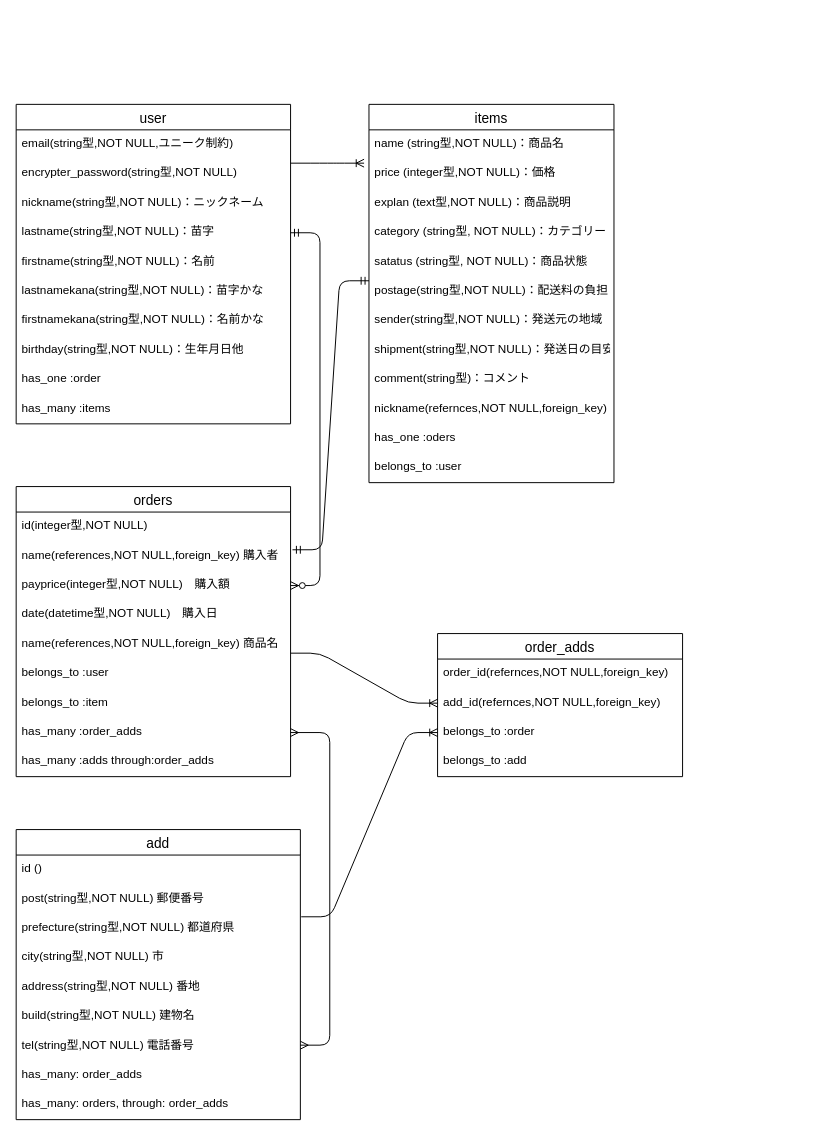
bitich/furima-39113 keeps this draw.io diagram as ER.dio. Above is the earlier version. Source tidied: cells renumbered, new cells numbered last; positions are measured from the earlier drawing's top-left corner, leaving out a move shared by most shapes. Both pictures are drawn from the tidied source at 98%, with x=0, y=0 at pixel (16, 104).
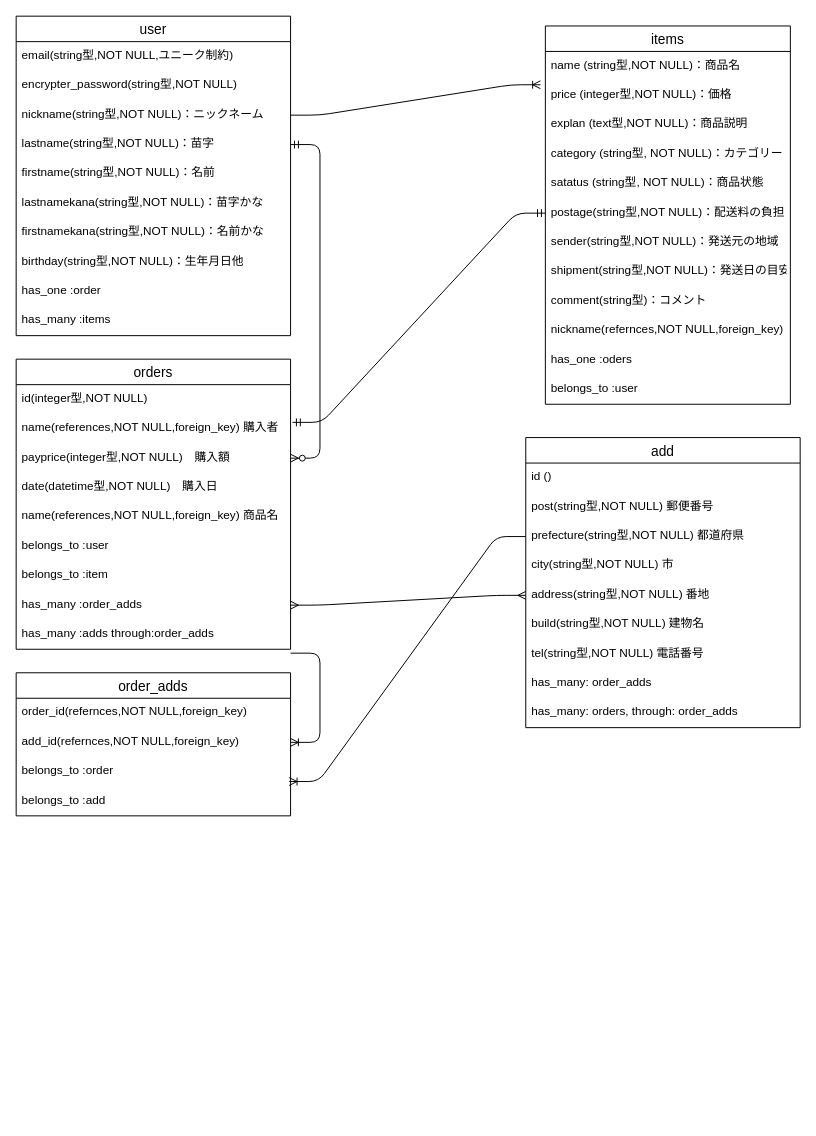
Above is the later version.

Unchanged cells that the change refers to:
```xml
<mxCell id="5" value="nickname(string型,NOT NULL)：ニックネーム" style="text;strokeColor=none;fillColor=none;spacingLeft=4;spacingRight=4;overflow=hidden;points=[[0,0.5],[1,0.5]];portConstraint=eastwest;fontSize=12;" parent="2" vertex="1">
  <mxGeometry y="86" width="280" height="30" as="geometry" />
</mxCell>
<mxCell id="15" value="price (integer型,NOT NULL)：価格" style="text;strokeColor=none;fillColor=none;spacingLeft=4;spacingRight=4;overflow=hidden;points=[[0,0.5],[1,0.5]];portConstraint=eastwest;fontSize=12;" parent="13" vertex="1">
  <mxGeometry y="56" width="250" height="30" as="geometry" />
</mxCell>
<mxCell id="19" value="postage(string型,NOT NULL)：配送料の負担" style="text;strokeColor=none;fillColor=none;spacingLeft=4;spacingRight=4;overflow=hidden;points=[[0,0.5],[1,0.5]];portConstraint=eastwest;fontSize=12;rounded=1;" parent="13" vertex="1">
  <mxGeometry y="176" width="250" height="30" as="geometry" />
</mxCell>
<mxCell id="28" value="name(references,NOT NULL,foreign_key) 購入者" style="text;strokeColor=none;fillColor=none;spacingLeft=4;spacingRight=4;overflow=hidden;points=[[0,0.5],[1,0.5]];portConstraint=eastwest;fontSize=12;" parent="26" vertex="1">
  <mxGeometry y="56" width="280" height="30" as="geometry" />
</mxCell>
<mxCell id="34" value="has_many :order_adds" style="text;strokeColor=none;fillColor=none;spacingLeft=4;spacingRight=4;overflow=hidden;points=[[0,0.5],[1,0.5]];portConstraint=eastwest;fontSize=12;" parent="26" vertex="1">
  <mxGeometry y="236" width="280" height="30" as="geometry" />
</mxCell>
```

What changed in the source:
```diff
@@
     <mxCell id="2" value="user" style="swimlane;fontStyle=0;horizontal=1;startSize=26;align=center;fontSize=14;" parent="1" vertex="1">
-      <mxGeometry width="280" height="326" as="geometry" />
+      <mxGeometry y="-90" width="280" height="326" as="geometry" />
     </mxCell>
@@
     <mxCell id="13" value="items" style="swimlane;fontStyle=0;horizontal=1;startSize=26;align=center;fontSize=14;" parent="1" vertex="1">
-      <mxGeometry x="360" width="250" height="386" as="geometry" />
+      <mxGeometry x="540" y="-80" width="250" height="386" as="geometry" />
     </mxCell>
@@
     <mxCell id="26" value="orders" style="swimlane;fontStyle=0;horizontal=1;startSize=26;align=center;fontSize=14;" parent="1" vertex="1">
-      <mxGeometry y="390" width="280" height="296" as="geometry" />
+      <mxGeometry y="260" width="280" height="296" as="geometry" />
     </mxCell>
@@
     <mxCell id="37" value="add" style="swimlane;fontStyle=0;horizontal=1;startSize=26;align=center;fontSize=14;" parent="1" vertex="1">
-      <mxGeometry y="740" width="290" height="296" as="geometry" />
+      <mxGeometry x="520" y="340" width="280" height="296" as="geometry" />
     </mxCell>
     <mxCell id="38" value="id ()" style="text;strokeColor=none;fillColor=none;spacingLeft=4;spacingRight=4;overflow=hidden;fontSize=12;" parent="37" vertex="1">
-      <mxGeometry y="26" width="290" height="30" as="geometry" />
+      <mxGeometry y="26" width="280" height="30" as="geometry" />
     </mxCell>
     <mxCell id="39" value="post(string型,NOT NULL) 郵便番号" style="text;strokeColor=none;fillColor=none;spacingLeft=4;spacingRight=4;overflow=hidden;fontSize=12;fontStyle=0;" parent="37" vertex="1">
-      <mxGeometry y="56" width="290" height="30" as="geometry" />
+      <mxGeometry y="56" width="280" height="30" as="geometry" />
     </mxCell>
     <mxCell id="40" value="prefecture(string型,NOT NULL) 都道府県" style="text;strokeColor=none;fillColor=none;spacingLeft=4;spacingRight=4;overflow=hidden;points=[[0,0.5],[1,0.5]];portConstraint=eastwest;fontSize=12;" parent="37" vertex="1">
-      <mxGeometry y="86" width="290" height="30" as="geometry" />
+      <mxGeometry y="86" width="280" height="30" as="geometry" />
     </mxCell>
     <mxCell id="41" value="city(string型,NOT NULL) 市" style="text;strokeColor=none;fillColor=none;spacingLeft=4;spacingRight=4;overflow=hidden;fontSize=12;" parent="37" vertex="1">
-      <mxGeometry y="116" width="290" height="30" as="geometry" />
+      <mxGeometry y="116" width="280" height="30" as="geometry" />
     </mxCell>
     <mxCell id="42" value="address(string型,NOT NULL) 番地" style="text;strokeColor=none;fillColor=none;spacingLeft=4;spacingRight=4;overflow=hidden;points=[[0,0.5],[1,0.5]];portConstraint=eastwest;fontSize=12;rounded=1;" parent="37" vertex="1">
-      <mxGeometry y="146" width="290" height="30" as="geometry" />
+      <mxGeometry y="146" width="280" height="30" as="geometry" />
     </mxCell>
     <mxCell id="43" value="build(string型,NOT NULL) 建物名" style="text;strokeColor=none;fillColor=none;spacingLeft=4;spacingRight=4;overflow=hidden;fontSize=12;rounded=1;" parent="37" vertex="1">
-      <mxGeometry y="176" width="290" height="30" as="geometry" />
+      <mxGeometry y="176" width="280" height="30" as="geometry" />
     </mxCell>
     <mxCell id="44" value="tel(string型,NOT NULL) 電話番号" style="text;strokeColor=none;fillColor=none;spacingLeft=4;spacingRight=4;overflow=hidden;fontSize=12;rounded=1;" parent="37" vertex="1">
-      <mxGeometry y="206" width="290" height="30" as="geometry" />
+      <mxGeometry y="206" width="280" height="30" as="geometry" />
     </mxCell>
     <mxCell id="45" value="has_many: order_adds" style="text;strokeColor=none;fillColor=none;spacingLeft=4;spacingRight=4;overflow=hidden;fontSize=12;" parent="37" vertex="1">
-      <mxGeometry y="236" width="290" height="30" as="geometry" />
+      <mxGeometry y="236" width="280" height="30" as="geometry" />
     </mxCell>
     <mxCell id="46" value="has_many: orders, through: order_adds" style="text;strokeColor=none;fillColor=none;spacingLeft=4;spacingRight=4;overflow=hidden;fontSize=12;" parent="37" vertex="1">
-      <mxGeometry y="266" width="290" height="30" as="geometry" />
+      <mxGeometry y="266" width="280" height="30" as="geometry" />
     </mxCell>
-    <mxCell id="47" style="edgeStyle=entityRelationEdgeStyle;fontSize=12;html=1;endArrow=ERoneToMany;entryX=-0.02;entryY=0.133;entryDx=0;entryDy=0;entryPerimeter=0;" parent="1" edge="1" target="15">
-      <mxGeometry relative="1" as="geometry">
-        <mxPoint x="280" y="60" as="sourcePoint" />
-      </mxGeometry>
+    <mxCell id="47" style="edgeStyle=entityRelationEdgeStyle;fontSize=12;html=1;endArrow=ERoneToMany;entryX=-0.02;entryY=0.133;entryDx=0;entryDy=0;entryPerimeter=0;exitX=1;exitY=0.5;exitDx=0;exitDy=0;" parent="1" edge="1" source="5" target="15">
+      <mxGeometry relative="1" as="geometry" />
     </mxCell>
-    <mxCell id="48" style="edgeStyle=entityRelationEdgeStyle;fontSize=12;html=1;endArrow=ERmandOne;startArrow=ERmandOne;exitX=1.007;exitY=0.283;exitDx=0;exitDy=0;exitPerimeter=0;" parent="1" edge="1" source="28">
-      <mxGeometry relative="1" as="geometry">
-        <mxPoint x="360" y="180" as="targetPoint" />
-      </mxGeometry>
+    <mxCell id="48" style="edgeStyle=entityRelationEdgeStyle;fontSize=12;html=1;endArrow=ERmandOne;startArrow=ERmandOne;exitX=1.007;exitY=0.283;exitDx=0;exitDy=0;exitPerimeter=0;entryX=0;entryY=0.5;entryDx=0;entryDy=0;" parent="1" edge="1" source="28" target="19">
+      <mxGeometry relative="1" as="geometry" />
     </mxCell>
     <mxCell id="49" value="order_adds" style="swimlane;fontStyle=0;horizontal=1;startSize=26;align=center;fontSize=14;" parent="1" vertex="1">
-      <mxGeometry x="430" y="540" width="250" height="146" as="geometry" />
+      <mxGeometry y="580" width="280" height="146" as="geometry" />
     </mxCell>
     <mxCell id="50" value="order_id(refernces,NOT NULL,foreign_key)" style="text;strokeColor=none;fillColor=none;spacingLeft=4;spacingRight=4;overflow=hidden;fontSize=12;" parent="49" vertex="1">
-      <mxGeometry y="26" width="250" height="30" as="geometry" />
+      <mxGeometry y="26" width="280" height="30" as="geometry" />
     </mxCell>
     <mxCell id="51" value="add_id(refernces,NOT NULL,foreign_key)" style="text;strokeColor=none;fillColor=none;spacingLeft=4;spacingRight=4;overflow=hidden;points=[[0,0.5],[1,0.5]];portConstraint=eastwest;fontSize=12;" parent="49" vertex="1">
-      <mxGeometry y="56" width="250" height="30" as="geometry" />
+      <mxGeometry y="56" width="280" height="30" as="geometry" />
     </mxCell>
     <mxCell id="52" value="belongs_to :order" style="text;strokeColor=none;fillColor=none;spacingLeft=4;spacingRight=4;overflow=hidden;points=[[0,0.5],[1,0.5]];portConstraint=eastwest;fontSize=12;" parent="49" vertex="1">
-      <mxGeometry y="86" width="250" height="30" as="geometry" />
+      <mxGeometry y="86" width="280" height="30" as="geometry" />
     </mxCell>
     <mxCell id="53" value="belongs_to :add" style="text;strokeColor=none;fillColor=none;spacingLeft=4;spacingRight=4;overflow=hidden;points=[[0,0.5],[1,0.5]];portConstraint=eastwest;fontSize=12;" parent="49" vertex="1">
-      <mxGeometry y="116" width="250" height="30" as="geometry" />
+      <mxGeometry y="116" width="280" height="30" as="geometry" />
     </mxCell>
-    <mxCell id="54" style="edgeStyle=entityRelationEdgeStyle;fontSize=12;html=1;endArrow=ERoneToMany;entryX=0;entryY=0.5;entryDx=0;entryDy=0;" parent="1" edge="1" target="51">
+    <mxCell id="54" style="edgeStyle=entityRelationEdgeStyle;fontSize=12;html=1;endArrow=ERoneToMany;entryX=1;entryY=0.5;entryDx=0;entryDy=0;" parent="1" edge="1" target="51">
       <mxGeometry relative="1" as="geometry">
         <mxPoint x="280" y="560" as="sourcePoint" />
       </mxGeometry>
     </mxCell>
-    <mxCell id="55" style="edgeStyle=entityRelationEdgeStyle;fontSize=12;html=1;endArrow=ERoneToMany;exitX=1.003;exitY=0.1;exitDx=0;exitDy=0;exitPerimeter=0;entryX=0;entryY=0.5;entryDx=0;entryDy=0;" parent="1" edge="1" source="40" target="52">
+    <mxCell id="55" style="edgeStyle=entityRelationEdgeStyle;fontSize=12;html=1;endArrow=ERoneToMany;exitX=0;exitY=0.5;exitDx=0;exitDy=0;entryX=0.995;entryY=-0.167;entryDx=0;entryDy=0;entryPerimeter=0;" parent="1" edge="1" source="40" target="53">
       <mxGeometry relative="1" as="geometry" />
     </mxCell>
-    <mxCell id="56" style="edgeStyle=entityRelationEdgeStyle;fontSize=12;html=1;endArrow=ERmany;startArrow=ERmany;" parent="1" edge="1" target="34">
-      <mxGeometry relative="1" as="geometry">
-        <mxPoint x="290" y="960" as="sourcePoint" />
-      </mxGeometry>
+    <mxCell id="56" style="edgeStyle=entityRelationEdgeStyle;fontSize=12;html=1;endArrow=ERmany;startArrow=ERmany;exitX=0;exitY=0.5;exitDx=0;exitDy=0;" parent="1" edge="1" source="42" target="34">
+      <mxGeometry relative="1" as="geometry" />
     </mxCell>
```
